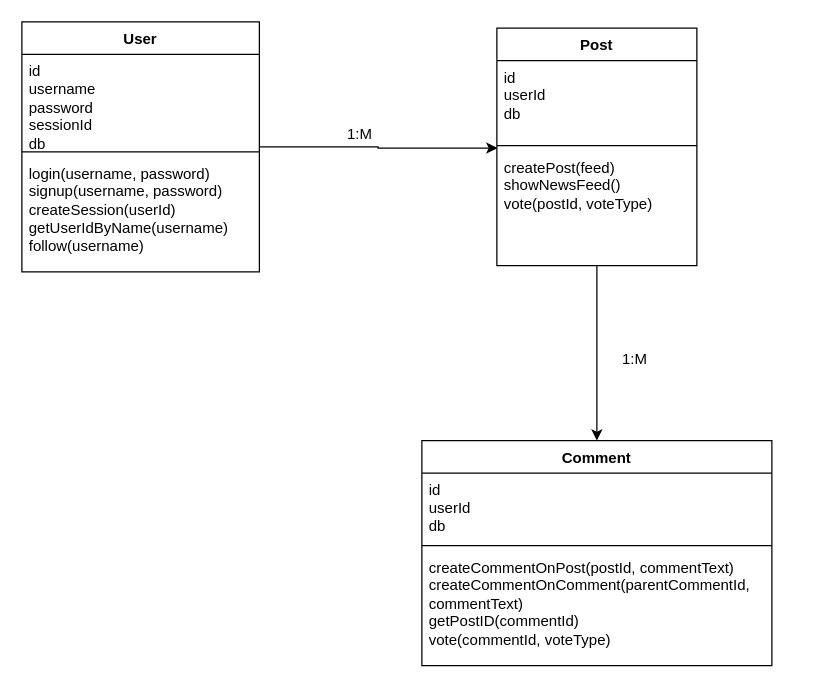
This is drawio/ClassDiagram.drawio from nuthanc/terminal-feed, a draw.io file, before an edit. Source tidied: cells renumbered, new cells numbered last; positions are measured from the earlier drawing's top-left corner, leaving out a move shared by most shapes. Both pictures are drawn from the tidied source at 125%, with x=0, y=0 at pixel (21, 21).
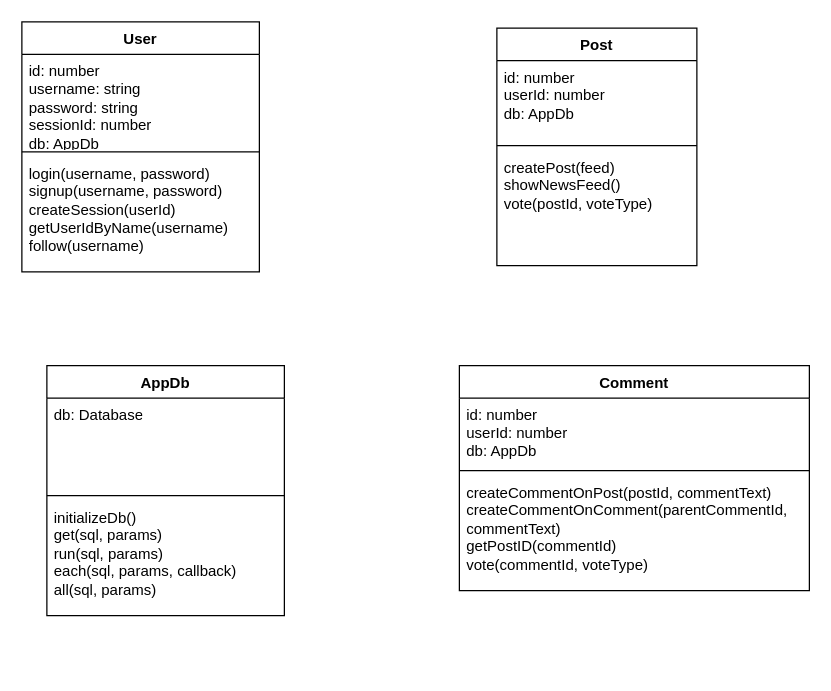
Above is the later version.

What changed in the source:
```diff
@@
 <mxGraphModel>
   <root>
     <mxCell id="0" />
     <mxCell id="1" parent="0" />
-    <mxCell id="2" style="edgeStyle=orthogonalEdgeStyle;rounded=0;jettySize=auto;html=1;entryX=0.003;entryY=-0.022;entryDx=0;entryDy=0;entryPerimeter=0;" parent="1" edge="1" source="3" target="11">
-      <mxGeometry relative="1" as="geometry" />
-    </mxCell>
     <mxCell id="3" value="User" style="swimlane;fontStyle=1;align=center;verticalAlign=top;horizontal=1;startSize=26;whiteSpace=wrap;html=1;" parent="1" vertex="1">
       <mxGeometry width="190" height="200" as="geometry" />
     </mxCell>
-    <mxCell id="4" value="id&lt;br&gt;username&lt;br&gt;password&lt;br&gt;sessionId&lt;br&gt;db" style="text;strokeColor=none;fillColor=none;align=left;verticalAlign=top;spacingLeft=4;spacingRight=4;overflow=hidden;whiteSpace=wrap;html=1;" parent="3" vertex="1">
+    <mxCell id="4" value="id: number&lt;br&gt;username: string&lt;br&gt;password: string&lt;br&gt;sessionId: number&lt;br&gt;db: AppDb" style="text;strokeColor=none;fillColor=none;align=left;verticalAlign=top;spacingLeft=4;spacingRight=4;overflow=hidden;whiteSpace=wrap;html=1;" parent="3" vertex="1">
       <mxGeometry y="26" width="190" height="74" as="geometry" />
     </mxCell>
     <mxCell id="5" style="line;strokeWidth=1;fillColor=none;align=left;verticalAlign=middle;spacingTop=-1;spacingLeft=3;spacingRight=3;labelPosition=right;strokeColor=inherit;" parent="3" vertex="1">
       <mxGeometry y="100" width="190" height="8" as="geometry" />
     </mxCell>
     <mxCell id="6" value="login(username, password)&lt;br&gt;signup(username, password)&lt;br&gt;createSession(userId)&lt;br&gt;getUserIdByName(username)&lt;br&gt;follow(username)" style="text;strokeColor=none;fillColor=none;align=left;verticalAlign=top;spacingLeft=4;spacingRight=4;overflow=hidden;whiteSpace=wrap;html=1;" parent="3" vertex="1">
       <mxGeometry y="108" width="190" height="92" as="geometry" />
     </mxCell>
-    <mxCell id="7" style="edgeStyle=orthogonalEdgeStyle;rounded=0;jettySize=auto;html=1;entryX=0.5;entryY=0;entryDx=0;entryDy=0;" parent="1" edge="1" source="8" target="12">
-      <mxGeometry relative="1" as="geometry" />
-    </mxCell>
     <mxCell id="8" value="Post" style="swimlane;fontStyle=1;align=center;verticalAlign=top;horizontal=1;startSize=26;whiteSpace=wrap;html=1;" parent="1" vertex="1">
       <mxGeometry x="380" y="5" width="160" height="190" as="geometry" />
     </mxCell>
-    <mxCell id="9" value="id&lt;br&gt;userId&lt;br&gt;db" style="text;strokeColor=none;fillColor=none;align=left;verticalAlign=top;spacingLeft=4;spacingRight=4;overflow=hidden;whiteSpace=wrap;html=1;" parent="8" vertex="1">
+    <mxCell id="9" value="id: number&lt;br&gt;userId: number&lt;br&gt;db: AppDb" style="text;strokeColor=none;fillColor=none;align=left;verticalAlign=top;spacingLeft=4;spacingRight=4;overflow=hidden;whiteSpace=wrap;html=1;" parent="8" vertex="1">
       <mxGeometry y="26" width="160" height="64" as="geometry" />
     </mxCell>
     <mxCell id="10" style="line;strokeWidth=1;fillColor=none;align=left;verticalAlign=middle;spacingTop=-1;spacingLeft=3;spacingRight=3;labelPosition=right;strokeColor=inherit;" parent="8" vertex="1">
       <mxGeometry y="90" width="160" height="8" as="geometry" />
     </mxCell>
     <mxCell id="11" value="createPost(feed)&lt;br&gt;showNewsFeed()&lt;br&gt;vote(postId, voteType)" style="text;strokeColor=none;fillColor=none;align=left;verticalAlign=top;spacingLeft=4;spacingRight=4;overflow=hidden;points=[[0,0.5],[1,0.5]];portConstraint=eastwest;whiteSpace=wrap;html=1;" parent="8" vertex="1">
       <mxGeometry y="98" width="160" height="92" as="geometry" />
     </mxCell>
     <mxCell id="12" value="Comment" style="swimlane;fontStyle=1;align=center;verticalAlign=top;horizontal=1;startSize=26;whiteSpace=wrap;html=1;" parent="1" vertex="1">
-      <mxGeometry x="320" y="335" width="280" height="180" as="geometry" />
+      <mxGeometry x="350" y="275" width="280" height="180" as="geometry" />
     </mxCell>
-    <mxCell id="13" value="id&lt;br&gt;userId&lt;br&gt;db" style="text;strokeColor=none;fillColor=none;align=left;verticalAlign=top;spacingLeft=4;spacingRight=4;overflow=hidden;whiteSpace=wrap;html=1;" parent="12" vertex="1">
+    <mxCell id="13" value="id: number&lt;br&gt;userId: number&lt;br&gt;db: AppDb" style="text;strokeColor=none;fillColor=none;align=left;verticalAlign=top;spacingLeft=4;spacingRight=4;overflow=hidden;whiteSpace=wrap;html=1;" parent="12" vertex="1">
       <mxGeometry y="26" width="280" height="54" as="geometry" />
     </mxCell>
     <mxCell id="14" style="line;strokeWidth=1;fillColor=none;align=left;verticalAlign=middle;spacingTop=-1;spacingLeft=3;spacingRight=3;labelPosition=right;strokeColor=inherit;" parent="12" vertex="1">
       <mxGeometry y="80" width="280" height="8" as="geometry" />
     </mxCell>
     <mxCell id="15" value="createCommentOnPost(postId, commentText)&lt;br&gt;createCommentOnComment(parentCommentId, commentText)&lt;br&gt;getPostID(commentId)&lt;br&gt;vote(commentId, voteType)" style="text;strokeColor=none;fillColor=none;align=left;verticalAlign=top;spacingLeft=4;spacingRight=4;overflow=hidden;whiteSpace=wrap;html=1;" parent="12" vertex="1">
       <mxGeometry y="88" width="280" height="92" as="geometry" />
     </mxCell>
-    <mxCell id="16" value="1:M" style="text;html=1;align=center;verticalAlign=middle;strokeColor=none;fillColor=none;" parent="1" vertex="1">
-      <mxGeometry x="250" y="75" width="40" height="30" as="geometry" />
-    </mxCell>
-    <mxCell id="17" value="1:M" style="text;html=1;align=center;verticalAlign=middle;strokeColor=none;fillColor=none;" parent="1" vertex="1">
-      <mxGeometry x="470" y="255" width="40" height="30" as="geometry" />
-    </mxCell>
+    <mxCell id="18" value="AppDb" style="swimlane;fontStyle=1;align=center;verticalAlign=top;horizontal=1;startSize=26;whiteSpace=wrap;html=1;" parent="1" vertex="1">
+      <mxGeometry x="20" y="275" width="190" height="200" as="geometry" />
+    </mxCell>
+    <mxCell id="19" value="db: Database" style="text;strokeColor=none;fillColor=none;align=left;verticalAlign=top;spacingLeft=4;spacingRight=4;overflow=hidden;whiteSpace=wrap;html=1;" parent="18" vertex="1">
+      <mxGeometry y="26" width="190" height="74" as="geometry" />
+    </mxCell>
+    <mxCell id="20" style="line;strokeWidth=1;fillColor=none;align=left;verticalAlign=middle;spacingTop=-1;spacingLeft=3;spacingRight=3;labelPosition=right;strokeColor=inherit;" parent="18" vertex="1">
+      <mxGeometry y="100" width="190" height="8" as="geometry" />
+    </mxCell>
+    <mxCell id="21" value="initializeDb()&lt;br&gt;get(sql, params)&lt;br&gt;run(sql, params)&lt;br&gt;each(sql, params, callback)&lt;br&gt;all(sql, params)" style="text;strokeColor=none;fillColor=none;align=left;verticalAlign=top;spacingLeft=4;spacingRight=4;overflow=hidden;whiteSpace=wrap;html=1;" parent="18" vertex="1">
+      <mxGeometry y="108" width="190" height="92" as="geometry" />
+    </mxCell>
   </root>
 </mxGraphModel>
```
